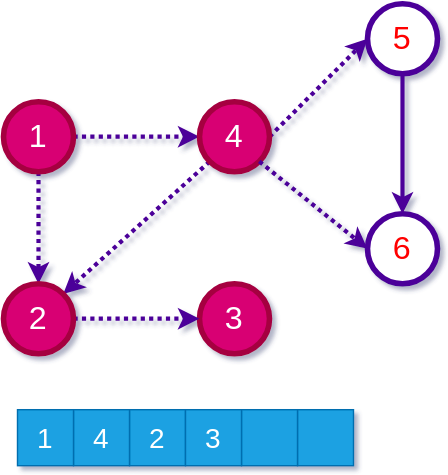
Earlier version of the draw.io export docs/week-10/assets/ce100-week-10-graphs-topological-topo-bfs-4.drawio.svg (ucoruh/ce100-algorithms-and-programming-II). Source tidied: cells renumbered, new cells last; positions are measured from the earlier drawing's top-left corner, leaving out a move shared by most shapes.
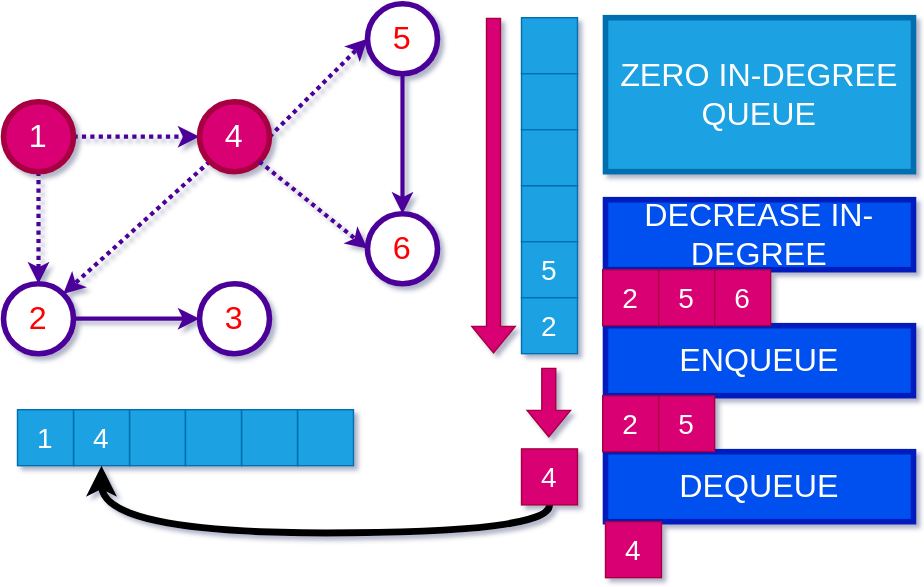
Later version of the same file.

The edit, as a diff of the source:
```diff
@@ -1,63 +1,129 @@
 <mxGraphModel>
   <root>
-    <mxCell id="0" />
-    <mxCell id="1" parent="0" />
-    <mxCell id="2" style="edgeStyle=none;shape=connector;rounded=0;jettySize=auto;html=1;exitX=0.5;exitY=1;exitDx=0;exitDy=0;entryX=0.5;entryY=0;entryDx=0;entryDy=0;labelBackgroundColor=default;fontFamily=Helvetica;fontSize=23;fontColor=#FF0000;endArrow=classic;endFill=1;strokeColor=#4C0099;strokeWidth=3;dashed=1;dashPattern=1 1;" parent="1" edge="1" source="4" target="12">
-      <mxGeometry relative="1" as="geometry" />
-    </mxCell>
+    <mxCell id="21" />
+    <mxCell id="22" parent="21" />
+    <mxCell id="23" style="edgeStyle=none;shape=connector;rounded=0;jettySize=auto;html=1;exitX=0.5;exitY=1;exitDx=0;exitDy=0;entryX=0.5;entryY=0;entryDx=0;entryDy=0;labelBackgroundColor=default;fontFamily=Helvetica;fontSize=23;fontColor=#FF0000;endArrow=classic;endFill=1;strokeColor=#4C0099;strokeWidth=3;dashed=1;dashPattern=1 1;" parent="22" edge="1" source="4" target="27">
+      <mxGeometry relative="1" as="geometry" />
+    </mxCell>
-    <mxCell id="3" style="edgeStyle=none;shape=connector;rounded=0;jettySize=auto;html=1;exitX=1;exitY=0.5;exitDx=0;exitDy=0;labelBackgroundColor=default;fontFamily=Helvetica;fontSize=23;fontColor=#FF0000;endArrow=classic;endFill=1;strokeColor=#4C0099;strokeWidth=3;dashed=1;dashPattern=1 1;" parent="1" edge="1" source="4" target="7">
+    <mxCell id="3" style="edgeStyle=none;shape=connector;rounded=0;jettySize=auto;html=1;exitX=1;exitY=0.5;exitDx=0;exitDy=0;labelBackgroundColor=default;fontFamily=Helvetica;fontSize=23;fontColor=#FF0000;endArrow=classic;endFill=1;strokeColor=#4C0099;strokeWidth=3;dashed=1;dashPattern=1 1;" parent="22" edge="1" source="4" target="7">
       <mxGeometry relative="1" as="geometry" />
     </mxCell>
-    <mxCell id="4" value="1" style="ellipse;whiteSpace=wrap;html=1;fontSize=23;fontColor=#ffffff;strokeColor=#A50040;strokeWidth=4;fillColor=#d80073;" parent="1" vertex="1">
+    <mxCell id="4" value="1" style="ellipse;whiteSpace=wrap;html=1;fontSize=23;fontColor=#ffffff;strokeColor=#A50040;strokeWidth=4;fillColor=#d80073;" parent="22" vertex="1">
       <mxGeometry y="70" width="50" height="50" as="geometry" />
     </mxCell>
-    <mxCell id="5" style="edgeStyle=none;shape=connector;rounded=0;jettySize=auto;html=1;exitX=1;exitY=0.5;exitDx=0;exitDy=0;entryX=0;entryY=0.5;entryDx=0;entryDy=0;labelBackgroundColor=default;fontFamily=Helvetica;fontSize=23;fontColor=#FF0000;endArrow=classic;endFill=1;strokeColor=#4C0099;strokeWidth=3;dashed=1;dashPattern=1 1;" parent="1" edge="1" source="7" target="14">
+    <mxCell id="5" style="edgeStyle=none;shape=connector;rounded=0;jettySize=auto;html=1;exitX=1;exitY=0.5;exitDx=0;exitDy=0;entryX=0;entryY=0.5;entryDx=0;entryDy=0;labelBackgroundColor=default;fontFamily=Helvetica;fontSize=23;fontColor=#FF0000;endArrow=classic;endFill=1;strokeColor=#4C0099;strokeWidth=3;dashed=1;dashPattern=1 1;" parent="22" edge="1" source="7" target="14">
       <mxGeometry relative="1" as="geometry" />
     </mxCell>
-    <mxCell id="6" style="rounded=0;jettySize=auto;html=1;exitX=0;exitY=1;exitDx=0;exitDy=0;entryX=1;entryY=0;entryDx=0;entryDy=0;fontSize=23;strokeColor=#4C0099;fontColor=#FF0000;endFill=1;strokeWidth=3;dashed=1;dashPattern=1 1;" parent="1" edge="1" source="7" target="12">
-      <mxGeometry relative="1" as="geometry" />
-    </mxCell>
+    <mxCell id="24" style="rounded=0;jettySize=auto;html=1;exitX=0;exitY=1;exitDx=0;exitDy=0;entryX=1;entryY=0;entryDx=0;entryDy=0;fontSize=23;strokeColor=#4C0099;fontColor=#FF0000;endFill=1;strokeWidth=3;dashed=1;dashPattern=1 1;" parent="22" edge="1" source="7" target="27">
+      <mxGeometry relative="1" as="geometry" />
+    </mxCell>
-    <mxCell id="7" value="4" style="ellipse;whiteSpace=wrap;html=1;fontSize=23;fontColor=#ffffff;strokeColor=#A50040;strokeWidth=4;fillColor=#d80073;" parent="1" vertex="1">
+    <mxCell id="7" value="4" style="ellipse;whiteSpace=wrap;html=1;fontSize=23;fontColor=#ffffff;strokeColor=#A50040;strokeWidth=4;fillColor=#d80073;" parent="22" vertex="1">
       <mxGeometry x="140" y="70" width="50" height="50" as="geometry" />
     </mxCell>
-    <mxCell id="8" value="6" style="ellipse;whiteSpace=wrap;html=1;fontSize=23;fontColor=#FF0000;strokeColor=#4C0099;strokeWidth=4;" parent="1" vertex="1">
+    <mxCell id="8" value="6" style="ellipse;whiteSpace=wrap;html=1;fontSize=23;fontColor=#FF0000;strokeColor=#4C0099;strokeWidth=4;" parent="22" vertex="1">
       <mxGeometry x="260" y="150" width="50" height="50" as="geometry" />
     </mxCell>
-    <mxCell id="9" style="edgeStyle=none;shape=connector;rounded=0;jettySize=auto;html=1;exitX=1;exitY=1;exitDx=0;exitDy=0;entryX=0;entryY=0.5;entryDx=0;entryDy=0;labelBackgroundColor=default;fontFamily=Helvetica;fontSize=23;fontColor=#FF0000;endArrow=classic;endFill=1;strokeColor=#4C0099;strokeWidth=3;dashed=1;dashPattern=1 1;" parent="1" edge="1" source="7" target="8">
+    <mxCell id="9" style="edgeStyle=none;shape=connector;rounded=0;jettySize=auto;html=1;exitX=1;exitY=1;exitDx=0;exitDy=0;entryX=0;entryY=0.5;entryDx=0;entryDy=0;labelBackgroundColor=default;fontFamily=Helvetica;fontSize=23;fontColor=#FF0000;endArrow=classic;endFill=1;strokeColor=#4C0099;strokeWidth=3;dashed=1;dashPattern=1 1;" parent="22" edge="1" source="7" target="8">
       <mxGeometry relative="1" as="geometry" />
     </mxCell>
-    <mxCell id="10" value="3" style="ellipse;whiteSpace=wrap;html=1;fontSize=23;fontColor=#ffffff;strokeColor=#A50040;strokeWidth=4;fillColor=#d80073;" parent="1" vertex="1">
-      <mxGeometry x="140" y="200" width="50" height="50" as="geometry" />
-    </mxCell>
-    <mxCell id="11" style="edgeStyle=none;shape=connector;rounded=0;jettySize=auto;html=1;exitX=1;exitY=0.5;exitDx=0;exitDy=0;labelBackgroundColor=default;fontFamily=Helvetica;fontSize=23;fontColor=#FF0000;endArrow=classic;endFill=1;strokeColor=#4C0099;strokeWidth=3;dashed=1;dashPattern=1 1;" parent="1" edge="1" source="12" target="10">
-      <mxGeometry relative="1" as="geometry" />
-    </mxCell>
-    <mxCell id="12" value="2" style="ellipse;whiteSpace=wrap;html=1;fontSize=23;fontColor=#ffffff;strokeColor=#A50040;strokeWidth=4;fillColor=#d80073;" parent="1" vertex="1">
-      <mxGeometry y="200" width="50" height="50" as="geometry" />
-    </mxCell>
+    <mxCell id="25" value="3" style="ellipse;whiteSpace=wrap;html=1;fontSize=23;fontColor=#FF0000;strokeColor=#4C0099;strokeWidth=4;" parent="22" vertex="1">
+      <mxGeometry x="140" y="200" width="50" height="50" as="geometry" />
+    </mxCell>
+    <mxCell id="26" style="edgeStyle=none;shape=connector;rounded=0;jettySize=auto;html=1;exitX=1;exitY=0.5;exitDx=0;exitDy=0;labelBackgroundColor=default;fontFamily=Helvetica;fontSize=23;fontColor=#FF0000;endArrow=classic;endFill=1;strokeColor=#4C0099;strokeWidth=3;" parent="22" edge="1" source="27" target="25">
+      <mxGeometry relative="1" as="geometry" />
+    </mxCell>
+    <mxCell id="27" value="2" style="ellipse;whiteSpace=wrap;html=1;fontSize=23;fontColor=#FF0000;strokeColor=#4C0099;strokeWidth=4;" parent="22" vertex="1">
+      <mxGeometry y="200" width="50" height="50" as="geometry" />
+    </mxCell>
-    <mxCell id="13" style="edgeStyle=orthogonalEdgeStyle;rounded=0;jettySize=auto;html=1;exitX=0.5;exitY=1;exitDx=0;exitDy=0;fontSize=23;strokeColor=#4C0099;fontColor=#FF0000;endFill=1;strokeWidth=3;" parent="1" edge="1" source="14" target="8">
+    <mxCell id="13" style="edgeStyle=orthogonalEdgeStyle;rounded=0;jettySize=auto;html=1;exitX=0.5;exitY=1;exitDx=0;exitDy=0;fontSize=23;strokeColor=#4C0099;fontColor=#FF0000;endFill=1;strokeWidth=3;" parent="22" edge="1" source="14" target="8">
       <mxGeometry relative="1" as="geometry" />
     </mxCell>
-    <mxCell id="14" value="5" style="ellipse;whiteSpace=wrap;html=1;fontSize=23;fontColor=#FF0000;strokeColor=#4C0099;strokeWidth=4;" parent="1" vertex="1">
+    <mxCell id="14" value="5" style="ellipse;whiteSpace=wrap;html=1;fontSize=23;fontColor=#FF0000;strokeColor=#4C0099;strokeWidth=4;" parent="22" vertex="1">
       <mxGeometry x="260" width="50" height="50" as="geometry" />
     </mxCell>
-    <mxCell id="15" value="2" style="rounded=0;whiteSpace=wrap;html=1;fillColor=#1ba1e2;fontColor=#ffffff;strokeColor=#006EAF;fontSize=20;" parent="1" vertex="1">
-      <mxGeometry x="90" y="290" width="40" height="40" as="geometry" />
-    </mxCell>
+    <mxCell id="28" style="rounded=0;whiteSpace=wrap;html=1;fillColor=#1ba1e2;fontColor=#ffffff;strokeColor=#006EAF;fontSize=20;" parent="22" vertex="1">
+      <mxGeometry x="90" y="290" width="40" height="40" as="geometry" />
+    </mxCell>
-    <mxCell id="16" value="4" style="rounded=0;whiteSpace=wrap;html=1;fillColor=#1ba1e2;fontColor=#ffffff;strokeColor=#006EAF;fontSize=20;" parent="1" vertex="1">
+    <mxCell id="16" value="4" style="rounded=0;whiteSpace=wrap;html=1;fillColor=#1ba1e2;fontColor=#ffffff;strokeColor=#006EAF;fontSize=20;" parent="22" vertex="1">
       <mxGeometry x="50" y="290" width="40" height="40" as="geometry" />
     </mxCell>
-    <mxCell id="17" value="1" style="rounded=0;whiteSpace=wrap;html=1;fillColor=#1ba1e2;fontColor=#ffffff;strokeColor=#006EAF;fontSize=20;" parent="1" vertex="1">
+    <mxCell id="17" value="1" style="rounded=0;whiteSpace=wrap;html=1;fillColor=#1ba1e2;fontColor=#ffffff;strokeColor=#006EAF;fontSize=20;" parent="22" vertex="1">
       <mxGeometry x="10" y="290" width="40" height="40" as="geometry" />
     </mxCell>
-    <mxCell id="18" style="rounded=0;whiteSpace=wrap;html=1;fillColor=#1ba1e2;fontColor=#ffffff;strokeColor=#006EAF;fontSize=20;" parent="1" vertex="1">
+    <mxCell id="18" style="rounded=0;whiteSpace=wrap;html=1;fillColor=#1ba1e2;fontColor=#ffffff;strokeColor=#006EAF;fontSize=20;" parent="22" vertex="1">
       <mxGeometry x="210" y="290" width="40" height="40" as="geometry" />
     </mxCell>
-    <mxCell id="19" style="rounded=0;whiteSpace=wrap;html=1;fillColor=#1ba1e2;fontColor=#ffffff;strokeColor=#006EAF;fontSize=20;" parent="1" vertex="1">
+    <mxCell id="19" style="rounded=0;whiteSpace=wrap;html=1;fillColor=#1ba1e2;fontColor=#ffffff;strokeColor=#006EAF;fontSize=20;" parent="22" vertex="1">
       <mxGeometry x="170" y="290" width="40" height="40" as="geometry" />
     </mxCell>
-    <mxCell id="20" value="3" style="rounded=0;whiteSpace=wrap;html=1;fillColor=#1ba1e2;fontColor=#ffffff;strokeColor=#006EAF;fontSize=20;" parent="1" vertex="1">
-      <mxGeometry x="130" y="290" width="40" height="40" as="geometry" />
-    </mxCell>
+    <mxCell id="29" style="rounded=0;whiteSpace=wrap;html=1;fillColor=#1ba1e2;fontColor=#ffffff;strokeColor=#006EAF;fontSize=20;" parent="22" vertex="1">
+      <mxGeometry x="130" y="290" width="40" height="40" as="geometry" />
+    </mxCell>
+    <mxCell id="30" value="ZERO IN-DEGREE QUEUE" style="text;html=1;strokeColor=#006EAF;fillColor=#1ba1e2;align=center;verticalAlign=middle;whiteSpace=wrap;rounded=0;fontColor=#ffffff;fontSize=23;strokeWidth=4;" parent="22" vertex="1">
+      <mxGeometry x="430" y="10" width="220" height="110" as="geometry" />
+    </mxCell>
+    <mxCell id="31" style="rounded=0;whiteSpace=wrap;html=1;fillColor=#1ba1e2;fontColor=#ffffff;strokeColor=#006EAF;fontSize=20;" parent="22" vertex="1">
+      <mxGeometry x="370" y="130" width="40" height="40" as="geometry" />
+    </mxCell>
+    <mxCell id="32" value="5" style="rounded=0;whiteSpace=wrap;html=1;fillColor=#1ba1e2;fontColor=#ffffff;strokeColor=#006EAF;fontSize=20;" parent="22" vertex="1">
+      <mxGeometry x="370" y="170" width="40" height="40" as="geometry" />
+    </mxCell>
+    <mxCell id="15" value="2" style="rounded=0;whiteSpace=wrap;html=1;fillColor=#1ba1e2;fontColor=#ffffff;strokeColor=#006EAF;fontSize=20;" parent="22" vertex="1">
+      <mxGeometry x="370" y="210" width="40" height="40" as="geometry" />
+    </mxCell>
+    <mxCell id="33" style="rounded=0;whiteSpace=wrap;html=1;fillColor=#1ba1e2;fontColor=#ffffff;strokeColor=#006EAF;fontSize=20;" parent="22" vertex="1">
+      <mxGeometry x="370" y="10" width="40" height="40" as="geometry" />
+    </mxCell>
+    <mxCell id="34" style="rounded=0;whiteSpace=wrap;html=1;fillColor=#1ba1e2;fontColor=#ffffff;strokeColor=#006EAF;fontSize=20;" parent="22" vertex="1">
+      <mxGeometry x="370" y="50" width="40" height="40" as="geometry" />
+    </mxCell>
+    <mxCell id="35" style="rounded=0;whiteSpace=wrap;html=1;fillColor=#1ba1e2;fontColor=#ffffff;strokeColor=#006EAF;fontSize=20;" parent="22" vertex="1">
+      <mxGeometry x="370" y="90" width="40" height="40" as="geometry" />
+    </mxCell>
+    <mxCell id="36" style="shape=flexArrow;endArrow=classic;html=1;rounded=0;fillColor=#d80073;strokeColor=#A50040;" parent="22" edge="1">
+      <mxGeometry relative="1" as="geometry">
+        <mxPoint x="350" y="10" as="sourcePoint" />
+        <mxPoint x="350" y="250" as="targetPoint" />
+      </mxGeometry>
+    </mxCell>
+    <mxCell id="37" style="edgeStyle=orthogonalEdgeStyle;curved=1;rounded=0;jettySize=auto;html=1;exitX=0.5;exitY=1;exitDx=0;exitDy=0;entryX=0.5;entryY=1;entryDx=0;entryDy=0;strokeWidth=5;" parent="22" edge="1" source="38" target="16">
+      <mxGeometry relative="1" as="geometry" />
+    </mxCell>
+    <mxCell id="38" value="4" style="rounded=0;whiteSpace=wrap;html=1;fillColor=#d80073;fontColor=#ffffff;strokeColor=#A50040;fontSize=20;" parent="22" vertex="1">
+      <mxGeometry x="370" y="318" width="40" height="40" as="geometry" />
+    </mxCell>
+    <mxCell id="39" style="shape=flexArrow;endArrow=classic;html=1;rounded=0;fillColor=#d80073;strokeColor=#A50040;" parent="22" edge="1">
+      <mxGeometry relative="1" as="geometry">
+        <mxPoint x="389.5" y="260" as="sourcePoint" />
+        <mxPoint x="389.5" y="310" as="targetPoint" />
+      </mxGeometry>
+    </mxCell>
+    <mxCell id="40" value="DECREASE IN-DEGREE" style="text;html=1;strokeColor=#001DBC;fillColor=#0050ef;align=center;verticalAlign=middle;whiteSpace=wrap;rounded=0;fontColor=#ffffff;fontSize=23;strokeWidth=4;" parent="22" vertex="1">
+      <mxGeometry x="430" y="140" width="220" height="50" as="geometry" />
+    </mxCell>
+    <mxCell id="41" value="ENQUEUE" style="text;html=1;strokeColor=#001DBC;fillColor=#0050ef;align=center;verticalAlign=middle;whiteSpace=wrap;rounded=0;fontColor=#ffffff;fontSize=23;strokeWidth=4;" parent="22" vertex="1">
+      <mxGeometry x="430" y="230" width="220" height="50" as="geometry" />
+    </mxCell>
+    <mxCell id="42" value="DEQUEUE" style="text;html=1;strokeColor=#001DBC;fillColor=#0050ef;align=center;verticalAlign=middle;whiteSpace=wrap;rounded=0;fontColor=#ffffff;fontSize=23;strokeWidth=4;" parent="22" vertex="1">
+      <mxGeometry x="430" y="320" width="220" height="50" as="geometry" />
+    </mxCell>
+    <mxCell id="43" value="4" style="rounded=0;whiteSpace=wrap;html=1;fillColor=#d80073;fontColor=#ffffff;strokeColor=#A50040;fontSize=20;" parent="22" vertex="1">
+      <mxGeometry x="430" y="370" width="40" height="40" as="geometry" />
+    </mxCell>
+    <mxCell id="44" value="2" style="rounded=0;whiteSpace=wrap;html=1;fillColor=#d80073;fontColor=#ffffff;strokeColor=#A50040;fontSize=20;" parent="22" vertex="1">
+      <mxGeometry x="428" y="190" width="40" height="40" as="geometry" />
+    </mxCell>
+    <mxCell id="45" value="2" style="rounded=0;whiteSpace=wrap;html=1;fillColor=#d80073;fontColor=#ffffff;strokeColor=#A50040;fontSize=20;" parent="22" vertex="1">
+      <mxGeometry x="428" y="280" width="40" height="40" as="geometry" />
+    </mxCell>
+    <mxCell id="46" value="5" style="rounded=0;whiteSpace=wrap;html=1;fillColor=#d80073;fontColor=#ffffff;strokeColor=#A50040;fontSize=20;" parent="22" vertex="1">
+      <mxGeometry x="468" y="190" width="40" height="40" as="geometry" />
+    </mxCell>
+    <mxCell id="47" value="6" style="rounded=0;whiteSpace=wrap;html=1;fillColor=#d80073;fontColor=#ffffff;strokeColor=#A50040;fontSize=20;" parent="22" vertex="1">
+      <mxGeometry x="508" y="190" width="40" height="40" as="geometry" />
+    </mxCell>
+    <mxCell id="48" value="5" style="rounded=0;whiteSpace=wrap;html=1;fillColor=#d80073;fontColor=#ffffff;strokeColor=#A50040;fontSize=20;" parent="22" vertex="1">
+      <mxGeometry x="468" y="280" width="40" height="40" as="geometry" />
+    </mxCell>
   </root>
 </mxGraphModel>
```
